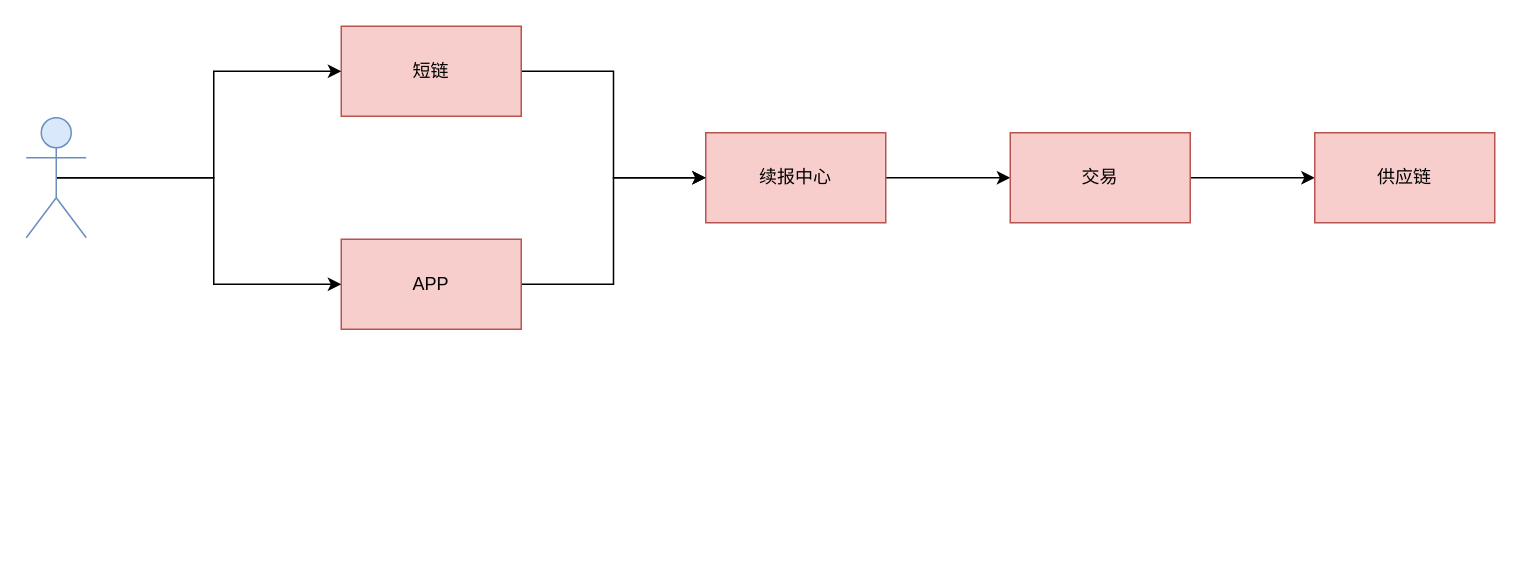
Above: xiwang/续报链路.drawio in LanSeTianYe/draw (draw.io), before the change. Source tidied: cells renumbered, new cells numbered last; positions are measured from the earlier drawing's top-left corner, leaving out a move shared by most shapes. Both pictures are drawn from the tidied source at 150%, with x=0, y=0 at pixel (26, 26).
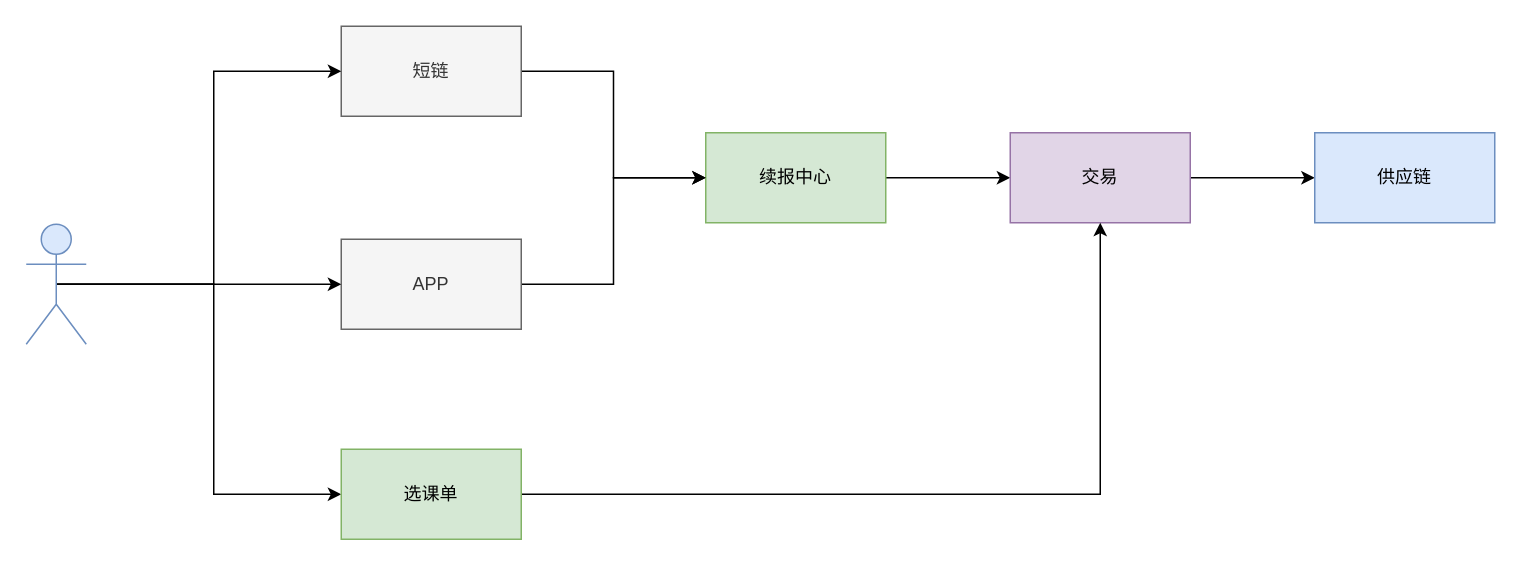
Above is the later version.

Commit message (it also covers changes not shown here):
更新续报链路.drawio

The edit, as a diff of the source:
```diff
@@
 <mxGraphModel>
   <root>
     <mxCell id="0" />
     <mxCell id="1" parent="0" />
     <mxCell id="2" style="edgeStyle=orthogonalEdgeStyle;rounded=0;jettySize=auto;html=1;exitX=1;exitY=0.5;exitDx=0;exitDy=0;" parent="1" edge="1" source="3" target="9">
       <mxGeometry relative="1" as="geometry" />
     </mxCell>
-    <mxCell id="3" value="续报中心" style="rounded=0;whiteSpace=wrap;html=1;fillColor=#f8cecc;strokeColor=#b85450;" parent="1" vertex="1">
+    <mxCell id="3" value="续报中心" style="rounded=0;whiteSpace=wrap;html=1;fillColor=#d5e8d4;strokeColor=#82b366;" parent="1" vertex="1">
       <mxGeometry x="453" y="71" width="120" height="60" as="geometry" />
     </mxCell>
     <mxCell id="4" style="edgeStyle=orthogonalEdgeStyle;rounded=0;jettySize=auto;html=1;exitX=1;exitY=0.5;exitDx=0;exitDy=0;entryX=0;entryY=0.5;entryDx=0;entryDy=0;" parent="1" edge="1" source="5" target="3">
       <mxGeometry relative="1" as="geometry" />
     </mxCell>
-    <mxCell id="5" value="短链" style="rounded=0;whiteSpace=wrap;html=1;fillColor=#f8cecc;strokeColor=#b85450;" parent="1" vertex="1">
+    <mxCell id="5" value="短链" style="rounded=0;whiteSpace=wrap;html=1;fillColor=#f5f5f5;strokeColor=#666666;fontColor=#333333;" parent="1" vertex="1">
       <mxGeometry x="210" width="120" height="60" as="geometry" />
     </mxCell>
     <mxCell id="6" style="edgeStyle=orthogonalEdgeStyle;rounded=0;jettySize=auto;html=1;exitX=1;exitY=0.5;exitDx=0;exitDy=0;entryX=0;entryY=0.5;entryDx=0;entryDy=0;" parent="1" edge="1" source="7" target="3">
       <mxGeometry relative="1" as="geometry" />
     </mxCell>
-    <mxCell id="7" value="APP" style="rounded=0;whiteSpace=wrap;html=1;fillColor=#f8cecc;strokeColor=#b85450;" parent="1" vertex="1">
+    <mxCell id="7" value="APP" style="rounded=0;whiteSpace=wrap;html=1;fillColor=#f5f5f5;strokeColor=#666666;fontColor=#333333;" parent="1" vertex="1">
       <mxGeometry x="210" y="142" width="120" height="60" as="geometry" />
     </mxCell>
     <mxCell id="8" style="edgeStyle=orthogonalEdgeStyle;rounded=0;jettySize=auto;html=1;exitX=1;exitY=0.5;exitDx=0;exitDy=0;entryX=0;entryY=0.5;entryDx=0;entryDy=0;" parent="1" edge="1" source="9" target="10">
       <mxGeometry relative="1" as="geometry" />
     </mxCell>
-    <mxCell id="9" value="交易" style="rounded=0;whiteSpace=wrap;html=1;fillColor=#f8cecc;strokeColor=#b85450;" parent="1" vertex="1">
+    <mxCell id="9" value="交易" style="rounded=0;whiteSpace=wrap;html=1;fillColor=#e1d5e7;strokeColor=#9673a6;" parent="1" vertex="1">
       <mxGeometry x="656" y="71" width="120" height="60" as="geometry" />
     </mxCell>
-    <mxCell id="10" value="供应链" style="rounded=0;whiteSpace=wrap;html=1;fillColor=#f8cecc;strokeColor=#b85450;" parent="1" vertex="1">
+    <mxCell id="10" value="供应链" style="rounded=0;whiteSpace=wrap;html=1;fillColor=#dae8fc;strokeColor=#6c8ebf;" parent="1" vertex="1">
       <mxGeometry x="859" y="71" width="120" height="60" as="geometry" />
     </mxCell>
     <mxCell id="11" style="edgeStyle=orthogonalEdgeStyle;rounded=0;jettySize=auto;html=1;exitX=0.5;exitY=0.5;exitDx=0;exitDy=0;exitPerimeter=0;entryX=0;entryY=0.5;entryDx=0;entryDy=0;" parent="1" edge="1" source="13" target="5">
       <mxGeometry relative="1" as="geometry" />
     </mxCell>
     <mxCell id="12" style="edgeStyle=orthogonalEdgeStyle;rounded=0;jettySize=auto;html=1;exitX=0.5;exitY=0.5;exitDx=0;exitDy=0;exitPerimeter=0;entryX=0;entryY=0.5;entryDx=0;entryDy=0;" parent="1" edge="1" source="13" target="7">
       <mxGeometry relative="1" as="geometry" />
     </mxCell>
+    <mxCell id="14" style="edgeStyle=orthogonalEdgeStyle;rounded=0;jettySize=auto;html=1;exitX=0.5;exitY=0.5;exitDx=0;exitDy=0;exitPerimeter=0;entryX=0;entryY=0.5;entryDx=0;entryDy=0;" parent="1" edge="1" source="13" target="16">
+      <mxGeometry relative="1" as="geometry" />
+    </mxCell>
     <mxCell id="13" style="shape=umlActor;verticalLabelPosition=bottom;verticalAlign=top;html=1;outlineConnect=0;fillColor=#dae8fc;strokeColor=#6c8ebf;" parent="1" vertex="1">
-      <mxGeometry y="61" width="40" height="80" as="geometry" />
+      <mxGeometry y="132" width="40" height="80" as="geometry" />
     </mxCell>
+    <mxCell id="15" style="edgeStyle=orthogonalEdgeStyle;rounded=0;jettySize=auto;html=1;exitX=1;exitY=0.5;exitDx=0;exitDy=0;" parent="1" edge="1" source="16" target="9">
+      <mxGeometry relative="1" as="geometry" />
+    </mxCell>
+    <mxCell id="16" value="选课单" style="rounded=0;whiteSpace=wrap;html=1;fillColor=#d5e8d4;strokeColor=#82b366;" parent="1" vertex="1">
+      <mxGeometry x="210" y="282" width="120" height="60" as="geometry" />
+    </mxCell>
   </root>
 </mxGraphModel>
```
